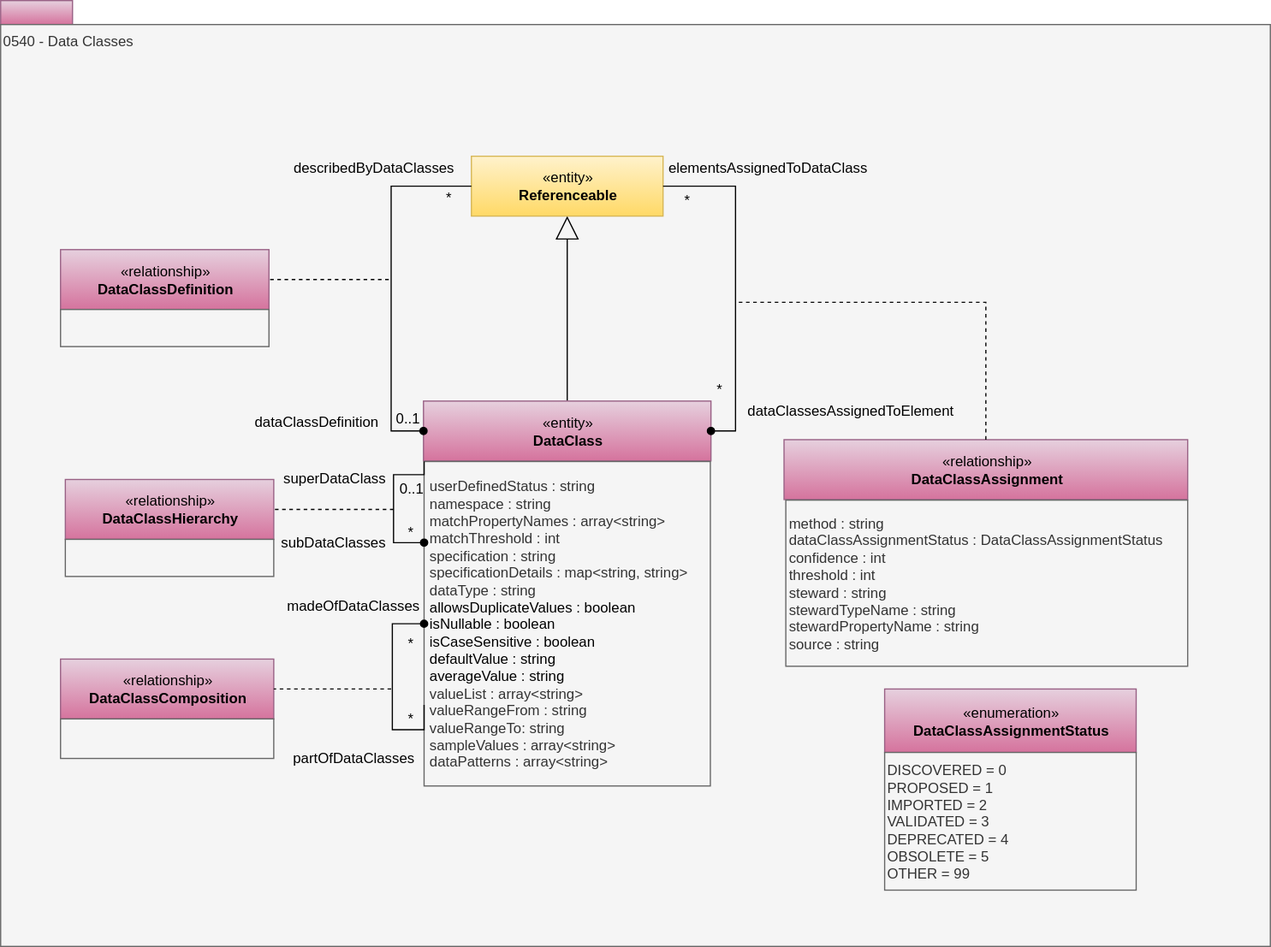
Above: site/docs/types/5/0540-Data-Classes.svg in odpi/egeria-docs (draw.io), before the change. Source tidied: cells renumbered, new cells last; positions are measured from the earlier drawing's top-left corner, leaving out a move shared by most shapes.
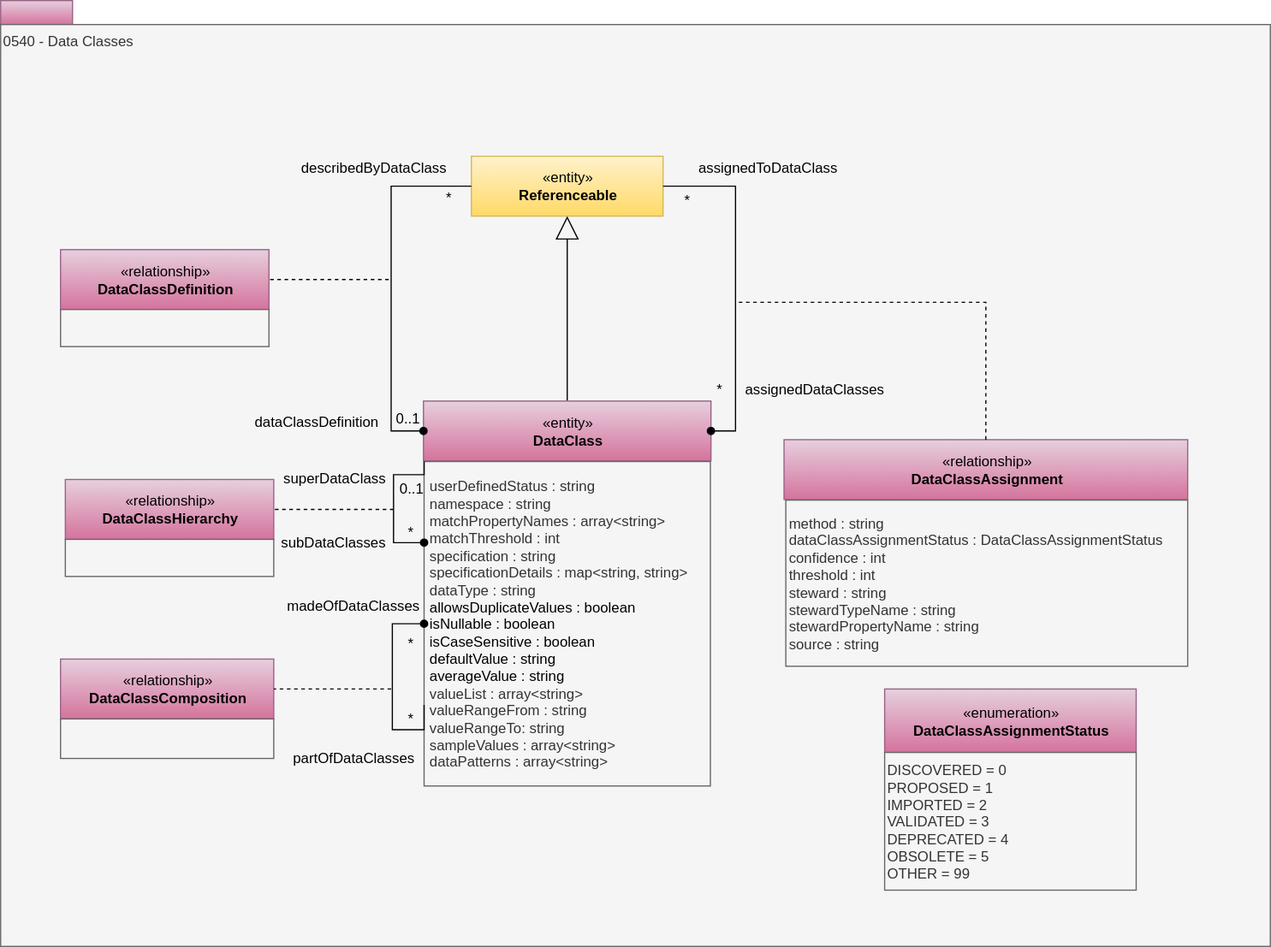
The same file after the commit.

Diff of the diagram source:
```diff
@@ -37,11 +37,11 @@
     <mxCell id="12" value="*" style="text;html=1;strokeColor=none;fillColor=none;align=center;verticalAlign=middle;whiteSpace=wrap;rounded=0;" parent="1" vertex="1">
       <mxGeometry x="580" y="314.5" width="40" height="20" as="geometry" />
     </mxCell>
-    <mxCell id="13" value="elementsAssignedToDataClass" style="text;html=1;strokeColor=none;fillColor=none;align=center;verticalAlign=middle;whiteSpace=wrap;rounded=0;" parent="1" vertex="1">
+    <mxCell id="13" value="assignedToDataClass" style="text;html=1;strokeColor=none;fillColor=none;align=center;verticalAlign=middle;whiteSpace=wrap;rounded=0;" parent="1" vertex="1">
       <mxGeometry x="553.5" y="130" width="173" height="20" as="geometry" />
     </mxCell>
-    <mxCell id="14" value="dataClassesAssignedToElement" style="text;html=1;strokeColor=none;fillColor=none;align=center;verticalAlign=middle;whiteSpace=wrap;rounded=0;" parent="1" vertex="1">
-      <mxGeometry x="648" y="333" width="123" height="20" as="geometry" />
+    <mxCell id="14" value="assignedDataClasses" style="text;html=1;strokeColor=none;fillColor=none;align=center;verticalAlign=middle;whiteSpace=wrap;rounded=0;" parent="1" vertex="1">
+      <mxGeometry x="618" y="314.5" width="123" height="20" as="geometry" />
     </mxCell>
     <mxCell id="15" value="«enumeration»&lt;br&gt;&lt;b&gt;DataClassAssignmentStatus&lt;/b&gt;" style="html=1;strokeColor=#996185;align=center;fillColor=#e6d0de;gradientColor=#d5739d;" parent="1" vertex="1">
       <mxGeometry x="738" y="575" width="210" height="53" as="geometry" />
@@ -138,7 +138,7 @@
     <mxCell id="36" value="*" style="text;html=1;strokeColor=none;fillColor=none;align=center;verticalAlign=middle;whiteSpace=wrap;rounded=0;" parent="1" vertex="1">
       <mxGeometry x="353.5" y="155" width="40" height="20" as="geometry" />
     </mxCell>
-    <mxCell id="37" value="describedByDataClasses" style="text;html=1;strokeColor=none;fillColor=none;align=center;verticalAlign=middle;whiteSpace=wrap;rounded=0;" parent="1" vertex="1">
+    <mxCell id="37" value="describedByDataClass" style="text;html=1;strokeColor=none;fillColor=none;align=center;verticalAlign=middle;whiteSpace=wrap;rounded=0;" parent="1" vertex="1">
       <mxGeometry x="239" y="130" width="145" height="20" as="geometry" />
     </mxCell>
     <mxCell id="38" value="dataClassDefinition" style="text;html=1;align=left;verticalAlign=top;spacingTop=-4;" parent="1" vertex="1">
```
